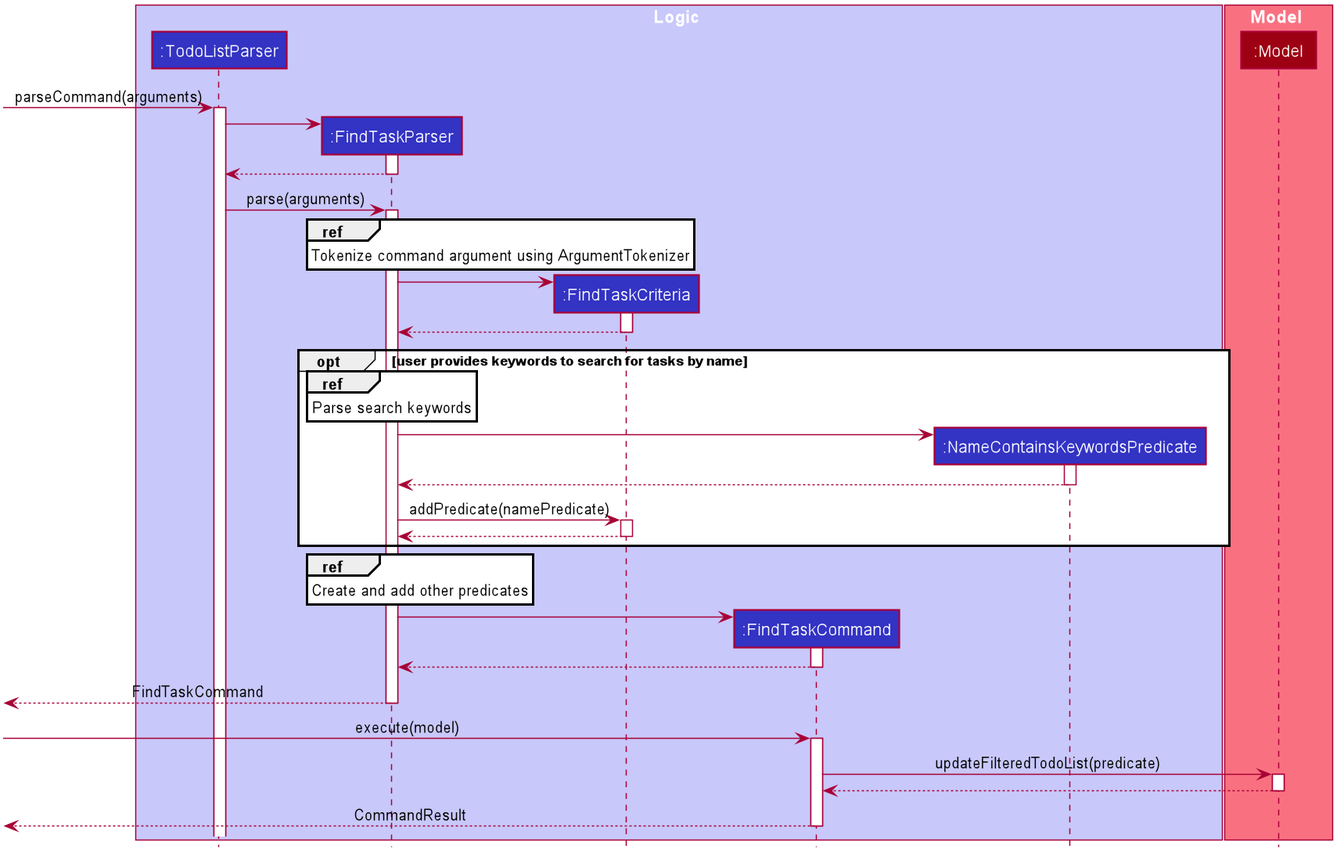
nus-cs2103-AY2021S1/tp keeps this PlantUML diagram as docs/images/task/FindTaskSequenceDiagram.png. Above is the earlier version.
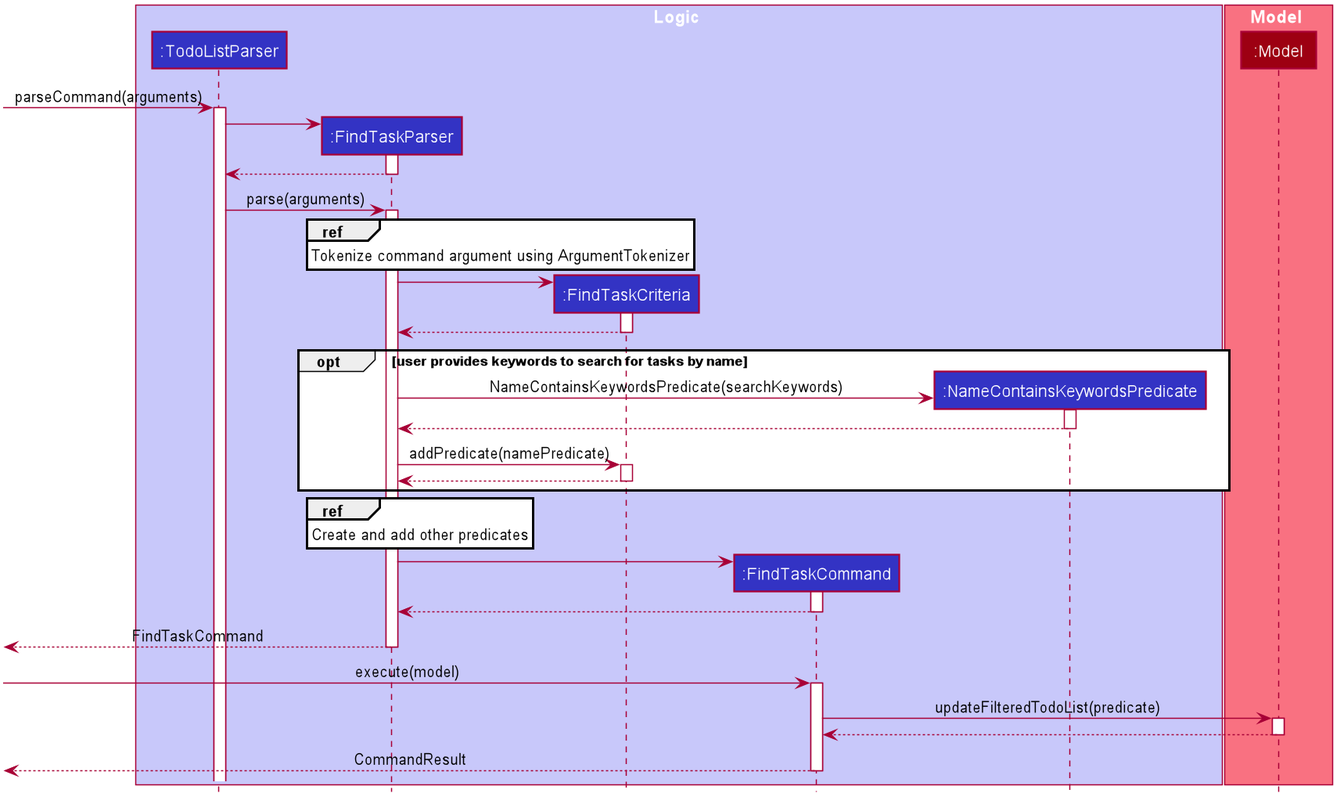
Later version of the same file.

Commit message:
Update sequence diagram

The edit, as a diff of the source:
```diff
@@ -82,9 +82,9 @@
 deactivate FindTaskCriteria
 
 opt user provides keywords to search for tasks by name
-    ref over FindTaskParser: Parse search keywords
+
     create NameContainsKeywordsPredicate
-    FindTaskParser -> NameContainsKeywordsPredicate
+    FindTaskParser -> NameContainsKeywordsPredicate: NameContainsKeywordsPredicate(searchKeywords)
     activate NameContainsKeywordsPredicate
 
     NameContainsKeywordsPredicate --> FindTaskParser
```
